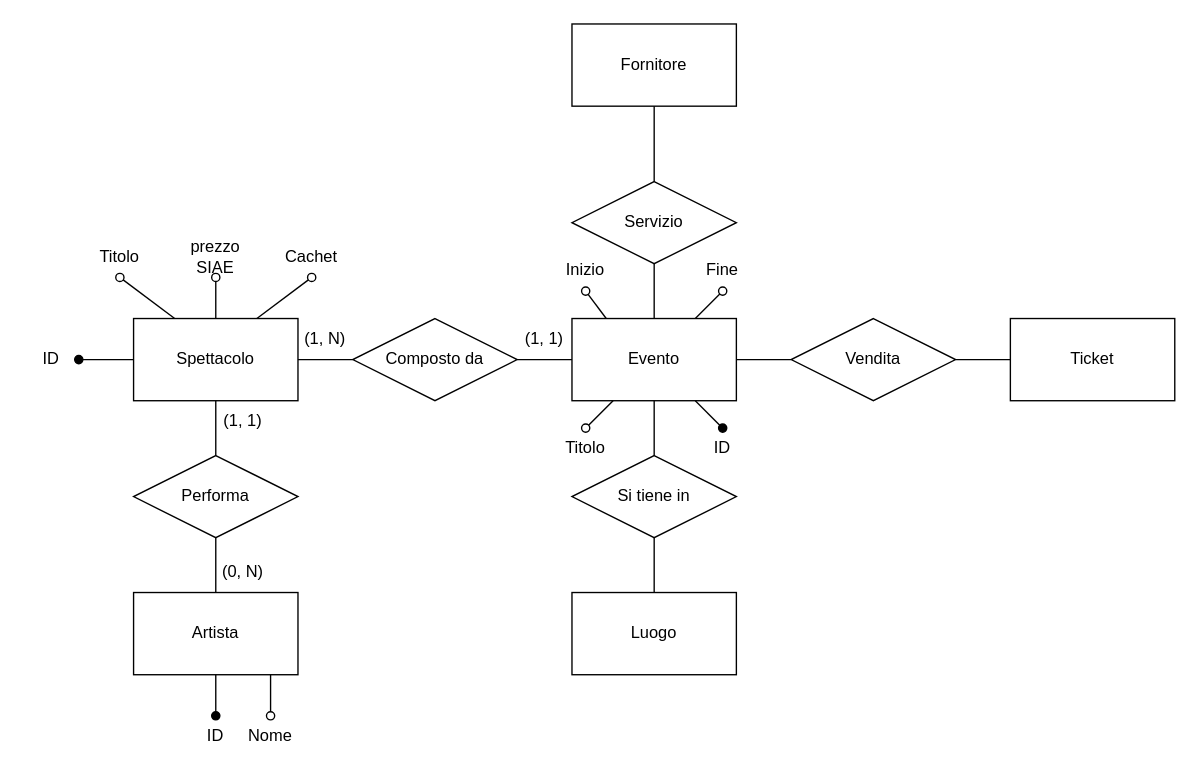
Above: ERSpettacoloArtista.drawio in lucat1/unibo_90107_progetto (draw.io), before the change. Source tidied: cells renumbered, new cells numbered last; positions are measured from the earlier drawing's top-left corner, leaving out a move shared by most shapes. Both pictures are drawn from the tidied source at 137%, with x=0, y=0 at pixel (23, 23).
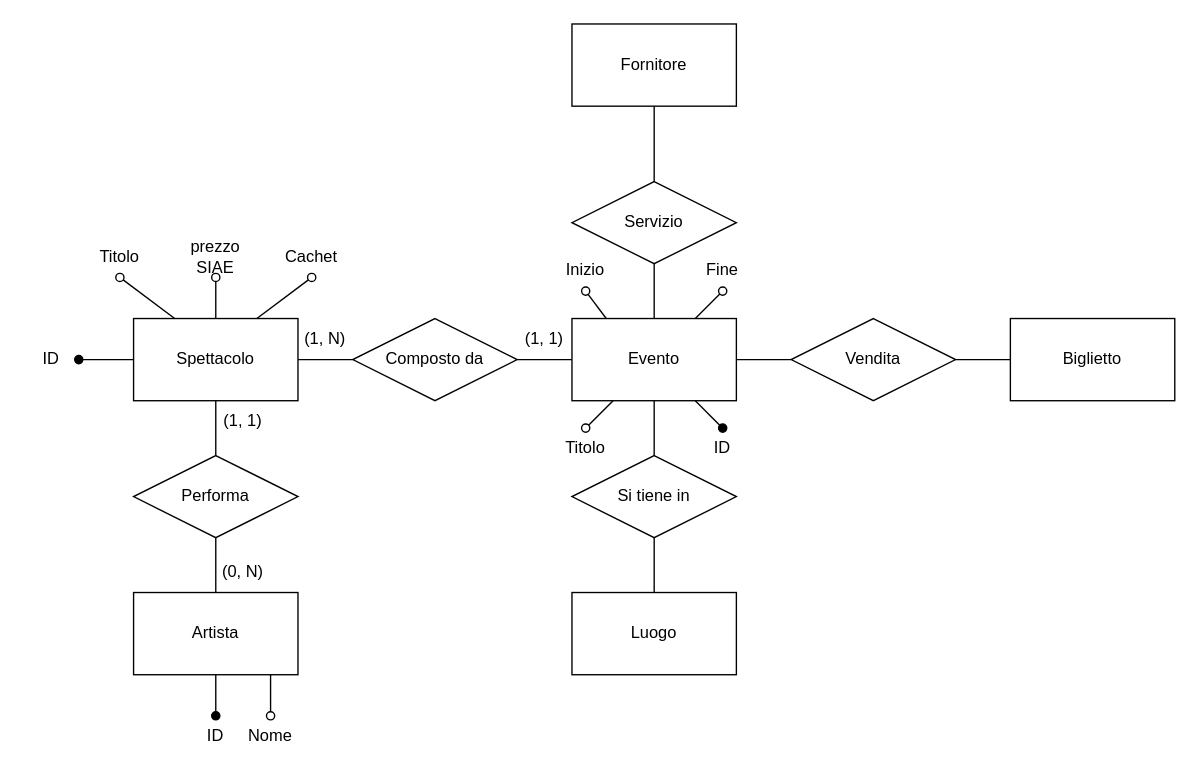
Above is the later version.

The edit, as a diff of the source:
```diff
@@
-    <mxCell id="44" value="&lt;div&gt;Ticket&lt;/div&gt;" style="rounded=0;whiteSpace=wrap;html=1;" parent="1" vertex="1">
+    <mxCell id="44" value="&lt;div&gt;Biglietto&lt;/div&gt;" style="rounded=0;whiteSpace=wrap;html=1;" parent="1" vertex="1">
       <mxGeometry x="720" y="215" width="120" height="60" as="geometry" />
     </mxCell>
```
